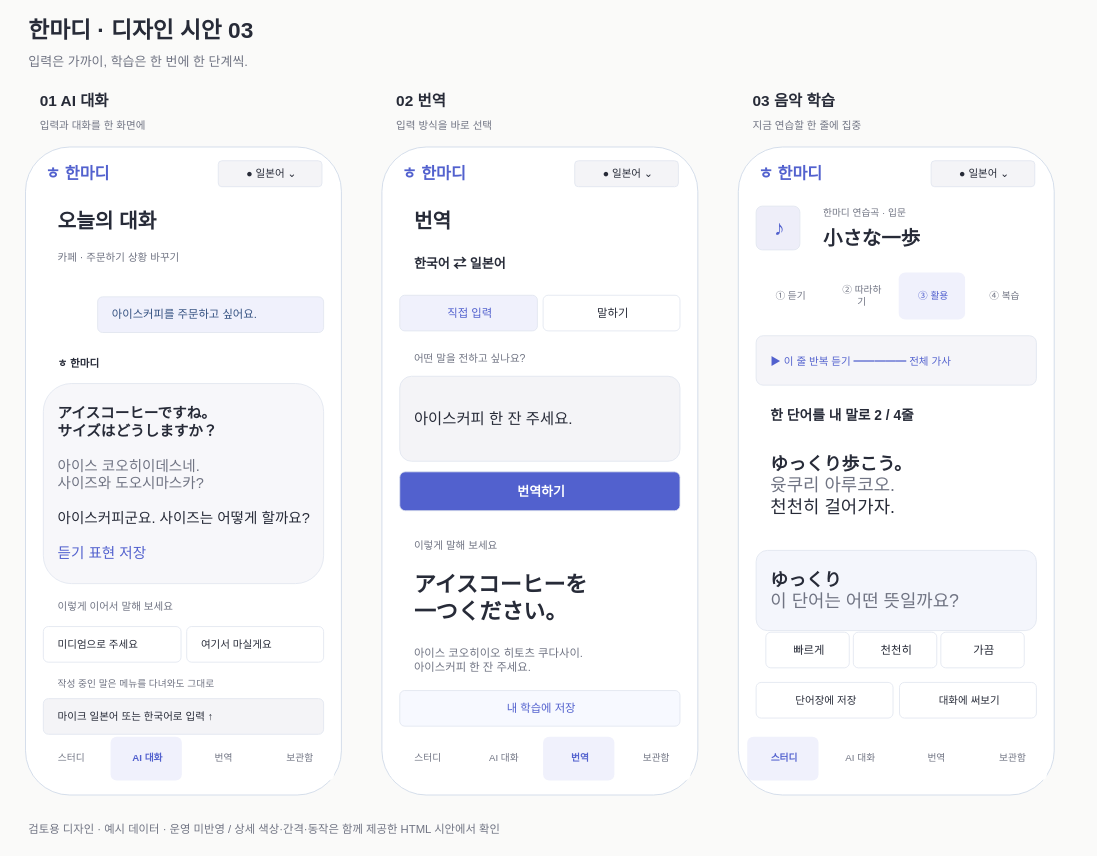
The draw.io diagram docs/hanmadi-design-v3/hanmadi-mobile.drawio in hhj4861/commerce-automation-kit, before the edit. Source tidied: cells renumbered, new cells numbered last; positions are measured from the earlier drawing's top-left corner, leaving out a move shared by most shapes. Both pictures are drawn from the tidied source at 81%, with x=0, y=0 at pixel (14, 14).
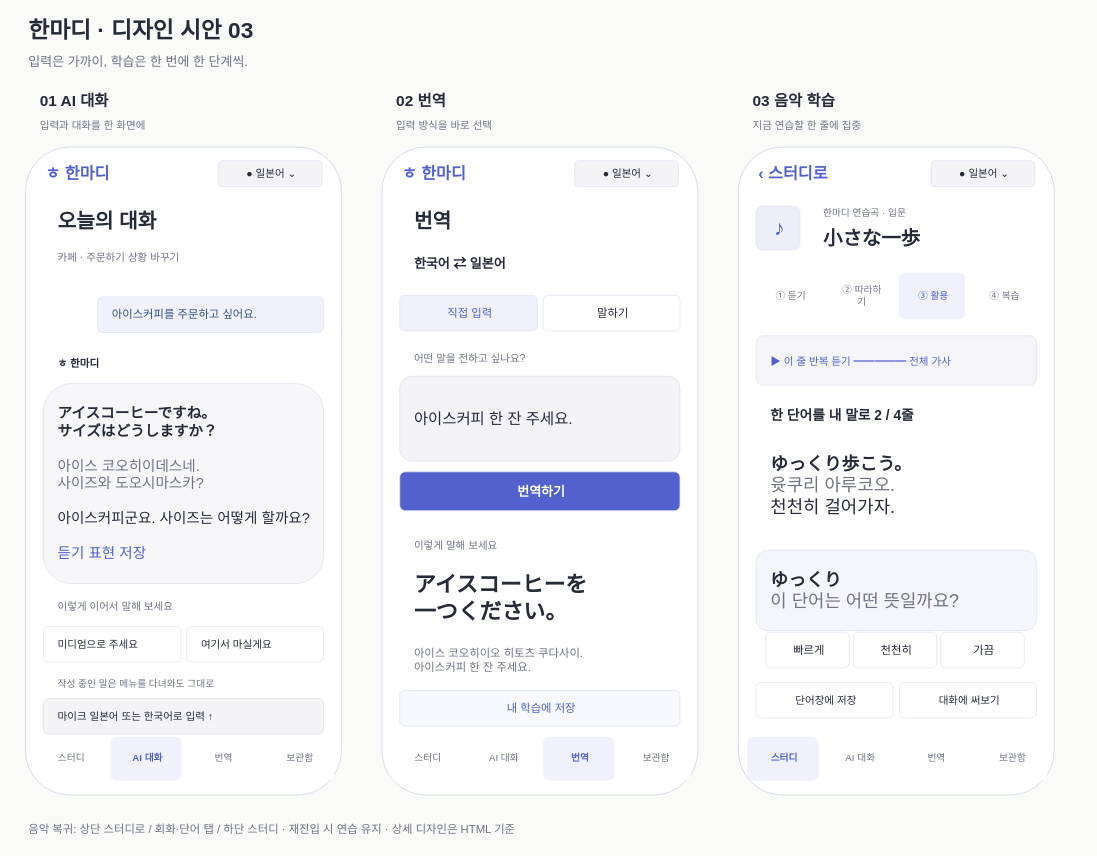
Above is the later version.

Commit message (it also covers changes not shown here):
docs(hanmadi): add clear return routes from music practice

What changed in the source:
```diff
@@
-    <mxCell id="46" value="ㅎ  한마디" style="rounded=0;arcSize=14;whiteSpace=wrap;html=1;fillColor=none;strokeColor=none;fontColor=#5261ce;fontSize=20;fontFamily=Helvetica;align=left;verticalAlign=middle;spacingLeft=16;spacingRight=12;fontStyle=1;" parent="1" vertex="1">
+    <mxCell id="46" value="‹ 스터디로" style="rounded=0;arcSize=14;whiteSpace=wrap;html=1;fillColor=none;strokeColor=none;fontColor=#5261ce;fontSize=20;fontFamily=Helvetica;align=left;verticalAlign=middle;spacingLeft=16;spacingRight=12;fontStyle=1;" parent="1" vertex="1">
       <mxGeometry x="901" y="178" width="180" height="35" as="geometry" />
     </mxCell>
@@
-    <mxCell id="68" value="검토용 디자인 · 예시 데이터 · 운영 미반영  /  상세 색상·간격·동작은 함께 제공한 HTML 시안에서 확인" style="rounded=0;arcSize=14;whiteSpace=wrap;html=1;fillColor=none;strokeColor=none;fontColor=#707483;fontSize=14;fontFamily=Helvetica;align=left;verticalAlign=middle;spacingLeft=16;spacingRight=12;fontStyle=0;" parent="1" vertex="1">
+    <mxCell id="68" value="음악 복귀: 상단 스터디로 / 회화·단어 탭 / 하단 스터디 · 재진입 시 연습 유지 · 상세 디자인은 HTML 기준" style="rounded=0;arcSize=14;whiteSpace=wrap;html=1;fillColor=none;strokeColor=none;fontColor=#707483;fontSize=14;fontFamily=Helvetica;align=left;verticalAlign=middle;spacingLeft=16;spacingRight=12;fontStyle=0;" parent="1" vertex="1">
       <mxGeometry y="988" width="1320" height="35" as="geometry" />
     </mxCell>
```
